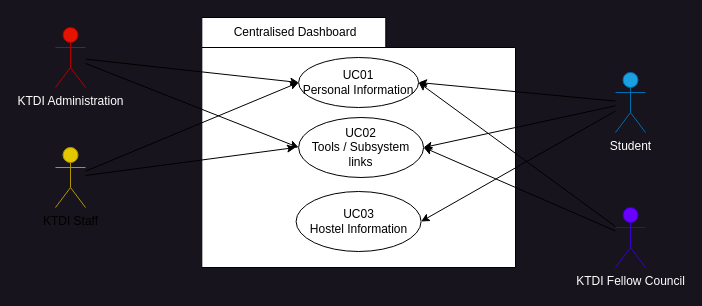
Earlier version of the draw.io diagram page "use_case2" (2 of 4) of project/drawio/stakeholder/UML.drawio (drshahizan/software-engineering). Source tidied: cells renumbered, new cells numbered last; positions are measured from the earlier drawing's top-left corner, leaving out a move shared by most shapes. Both pictures are drawn from the tidied source at 100%, with x=0, y=0 at pixel (55, 17).
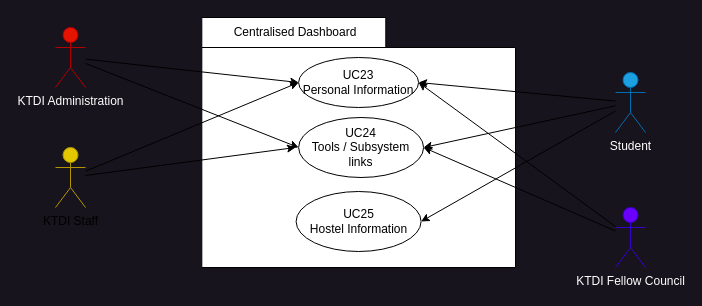
The same diagram, later.

The edit, as a diff of the source:
```diff
@@
-    <mxCell id="4" value="UC01&lt;br&gt;Personal Information" style="ellipse;whiteSpace=wrap;html=1;" parent="1" vertex="1">
+    <mxCell id="4" value="UC23&lt;br&gt;Personal Information" style="ellipse;whiteSpace=wrap;html=1;" parent="1" vertex="1">
       <mxGeometry x="243.1" y="40" width="120" height="50" as="geometry" />
     </mxCell>
-    <mxCell id="5" value="UC02&lt;br&gt;Tools / Subsystem links" style="ellipse;whiteSpace=wrap;html=1;" parent="1" vertex="1">
+    <mxCell id="5" value="UC24&lt;br&gt;Tools / Subsystem links" style="ellipse;whiteSpace=wrap;html=1;" parent="1" vertex="1">
       <mxGeometry x="243.1" y="100" width="125" height="60" as="geometry" />
     </mxCell>
@@
-    <mxCell id="19" value="UC03&lt;br&gt;Hostel Information" style="ellipse;whiteSpace=wrap;html=1;" parent="1" vertex="1">
+    <mxCell id="19" value="UC25&lt;br&gt;Hostel Information" style="ellipse;whiteSpace=wrap;html=1;" parent="1" vertex="1">
       <mxGeometry x="240.6" y="174" width="125" height="60" as="geometry" />
     </mxCell>
```
